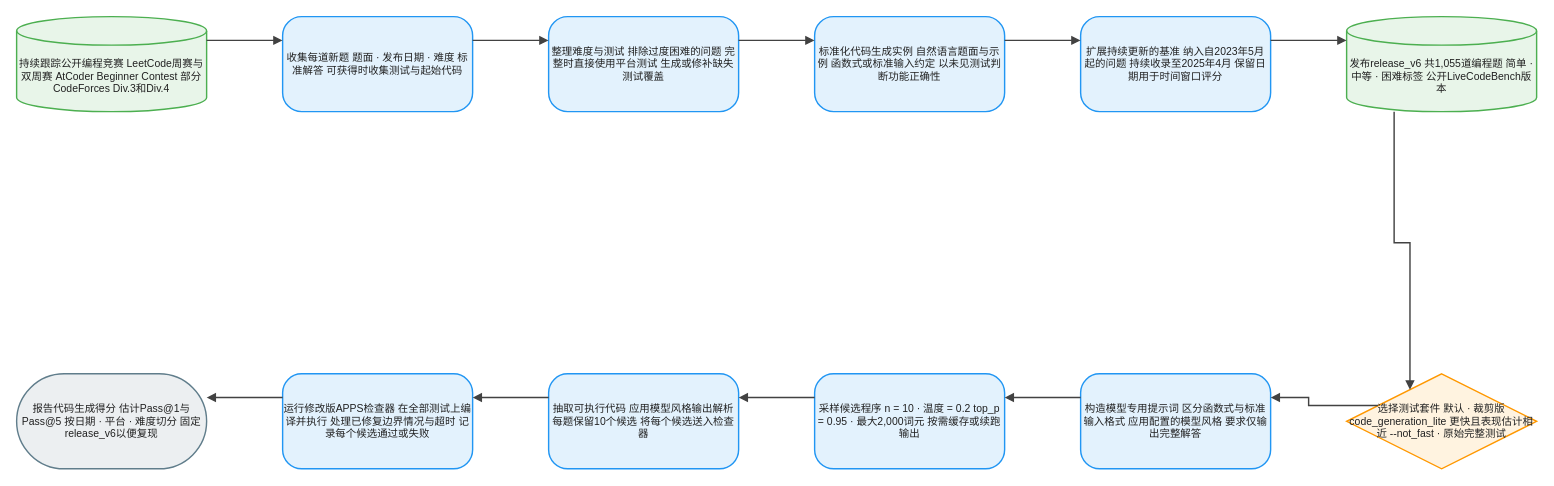
joe1chief/benchmark-hub keeps this draw.io diagram as client/public/drawio/LiveCodeBench_v6/LiveCodeBench_v6.zh.drawio. Above is the earlier version. Source tidied: cells renumbered, new cells numbered last; positions are measured from the earlier drawing's top-left corner, leaving out a move shared by most shapes. Both pictures are drawn from the tidied source at 95%, with x=0, y=0 at pixel (16, 16).
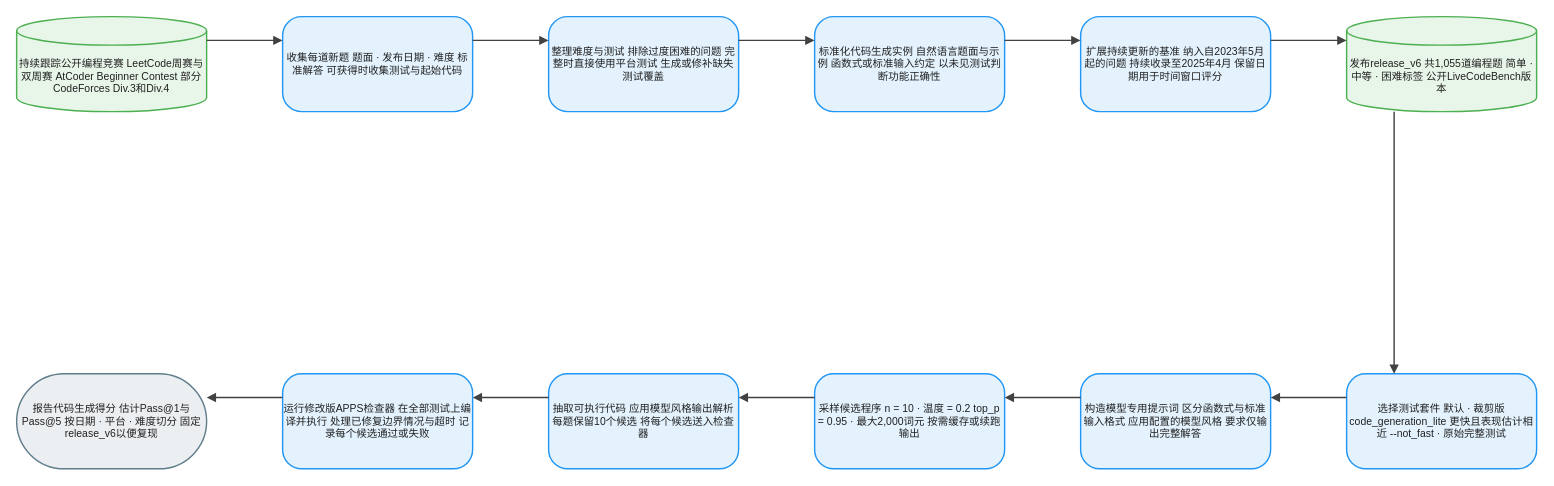
After the change.

The edit, as a diff of the source:
```diff
@@
-    <mxCell id="8" value="选择测试套件 默认 · 裁剪版code_generation_lite 更快且表现估计相近 --not_fast · 原始完整测试" style="rhombus;html=1;whiteSpace=wrap;fillColor=#FFF3E0;strokeColor=#FF9800;strokeWidth=1.5;fontColor=#212121;fontSize=11;fontFamily=Arial, Helvetica, sans-serif;verticalAlign=middle;align=center;" parent="1" vertex="1">
+    <mxCell id="8" value="选择测试套件 默认 · 裁剪版code_generation_lite 更快且表现估计相近 --not_fast · 原始完整测试" style="rounded=1;arcSize=20;html=1;whiteSpace=wrap;fillColor=#E3F2FD;strokeColor=#2196F3;strokeWidth=1.5;fontColor=#212121;fontSize=11;fontFamily=Arial, Helvetica, sans-serif;verticalAlign=middle;align=center;" parent="1" vertex="1">
       <mxGeometry x="1400" y="376" width="200" height="100" as="geometry" />
     </mxCell>
```
